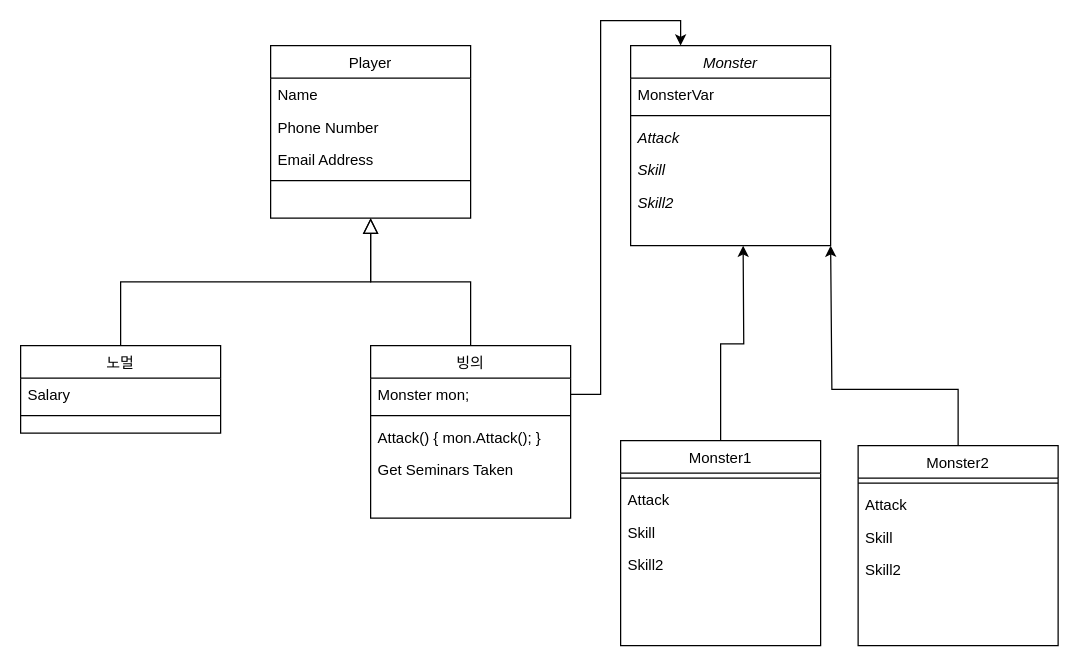
FavorKim/Possesion keeps this draw.io diagram as possess.drawio. Above is the earlier version. Source tidied: cells renumbered, new cells numbered last; positions are measured from the earlier drawing's top-left corner, leaving out a move shared by most shapes. Both pictures are drawn from the tidied source at 125%, with x=0, y=0 at pixel (20, 45).
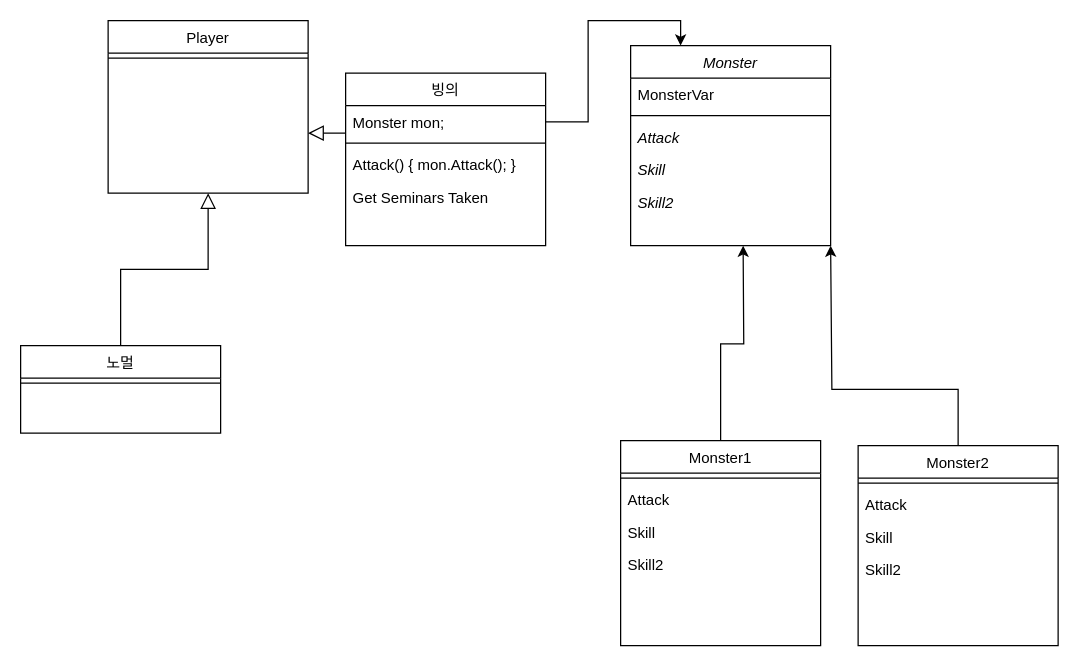
The same page after the edit.

Unchanged cells that the change refers to:
```xml
<mxCell id="13" value="노멀" style="swimlane;fontStyle=0;align=center;verticalAlign=top;horizontal=1;startSize=26;rounded=0;shadow=0;strokeWidth=1;" parent="1" vertex="1">
  <mxGeometry y="240" width="160" height="70" as="geometry" />
</mxCell>
```

Diff of the diagram source:
```diff
@@
     <mxCell id="2" value="Player" style="swimlane;fontStyle=0;align=center;verticalAlign=top;horizontal=1;startSize=26;rounded=0;shadow=0;strokeWidth=1;" parent="1" vertex="1">
-      <mxGeometry x="200" width="160" height="138" as="geometry" />
+      <mxGeometry x="70" y="-20" width="160" height="138" as="geometry" />
     </mxCell>
-    <mxCell id="3" value="Name" style="text;align=left;verticalAlign=top;spacingLeft=4;spacingRight=4;overflow=hidden;" parent="2" vertex="1">
-      <mxGeometry y="26" width="160" height="26" as="geometry" />
-    </mxCell>
-    <mxCell id="4" value="Phone Number" style="text;align=left;verticalAlign=top;spacingLeft=4;spacingRight=4;overflow=hidden;rounded=0;shadow=0;html=0;" parent="2" vertex="1">
-      <mxGeometry y="52" width="160" height="26" as="geometry" />
-    </mxCell>
-    <mxCell id="5" value="Email Address" style="text;align=left;verticalAlign=top;spacingLeft=4;spacingRight=4;overflow=hidden;rounded=0;shadow=0;html=0;" parent="2" vertex="1">
-      <mxGeometry y="78" width="160" height="26" as="geometry" />
-    </mxCell>
     <mxCell id="6" style="line;html=1;strokeWidth=1;align=left;verticalAlign=middle;spacingTop=-1;spacingLeft=3;spacingRight=3;labelPosition=right;" parent="2" vertex="1">
-      <mxGeometry y="104" width="160" height="8" as="geometry" />
+      <mxGeometry y="26" width="160" height="8" as="geometry" />
     </mxCell>
     <mxCell id="7" value="빙의" style="swimlane;fontStyle=0;align=center;verticalAlign=top;horizontal=1;startSize=26;rounded=0;shadow=0;strokeWidth=1;" parent="1" vertex="1">
-      <mxGeometry x="280" y="240" width="160" height="138" as="geometry" />
+      <mxGeometry x="260" y="22" width="160" height="138" as="geometry" />
     </mxCell>
@@
-    <mxCell id="14" value="Salary" style="text;align=left;verticalAlign=top;spacingLeft=4;spacingRight=4;overflow=hidden;" parent="13" vertex="1">
-      <mxGeometry y="26" width="160" height="26" as="geometry" />
-    </mxCell>
     <mxCell id="15" style="line;html=1;strokeWidth=1;align=left;verticalAlign=middle;spacingTop=-1;spacingLeft=3;spacingRight=3;labelPosition=right;" parent="13" vertex="1">
-      <mxGeometry y="52" width="160" height="8" as="geometry" />
+      <mxGeometry y="26" width="160" height="8" as="geometry" />
     </mxCell>
```
